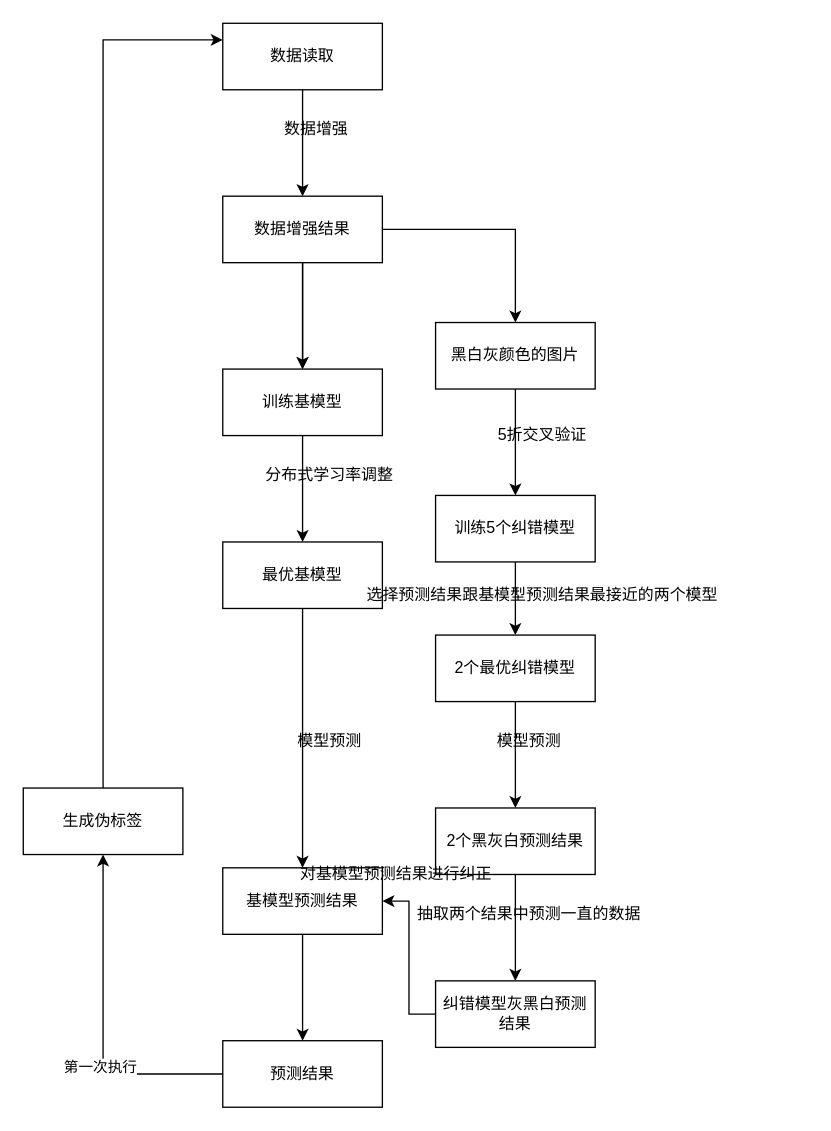
This is 未命名绘图.drawio from jiangyuanyuan1/invention, a draw.io file, before an edit. Source tidied: cells renumbered, new cells numbered last; positions are measured from the earlier drawing's top-left corner, leaving out a move shared by most shapes. Both pictures are drawn from the tidied source at 133%, with x=0, y=0 at pixel (23, 23).
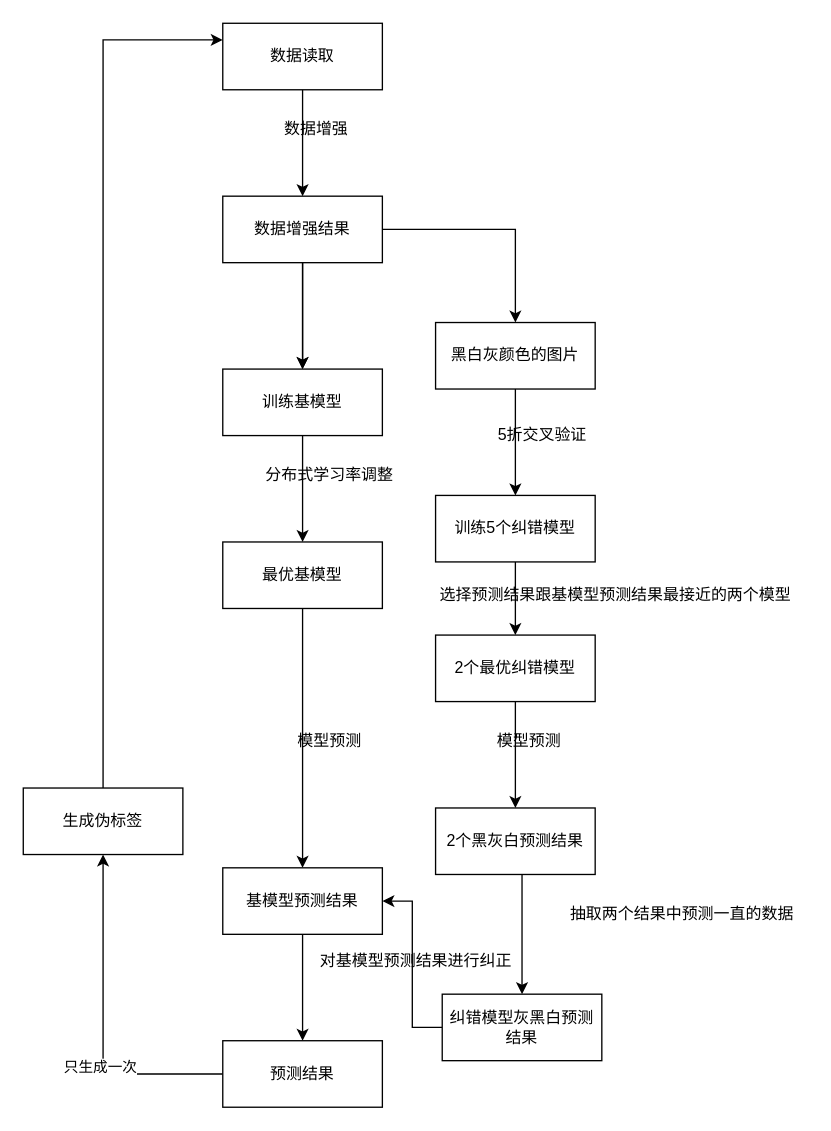
Above is the later version.

The change refers to these unchanged cells:
```xml
<mxCell id="24" value="2个黑灰白预测结果" style="rounded=0;whiteSpace=wrap;html=1;" parent="1" vertex="1">
  <mxGeometry x="310" y="590" width="120" height="50" as="geometry" />
</mxCell>
<mxCell id="31" style="edgeStyle=orthogonalEdgeStyle;rounded=0;jettySize=auto;html=1;" parent="1" edge="1" source="33" target="35">
  <mxGeometry relative="1" as="geometry" />
</mxCell>
```

The edit, as a diff of the source:
```diff
@@
     <mxCell id="20" value="选择预测结果跟基模型预测结果最接近的两个模型" style="text;html=1;align=center;verticalAlign=middle;strokeColor=none;fillColor=none;" parent="1" vertex="1">
-      <mxGeometry x="245" y="415" width="290" height="30" as="geometry" />
+      <mxGeometry x="300" y="415" width="290" height="30" as="geometry" />
     </mxCell>
@@
     <mxCell id="23" style="edgeStyle=orthogonalEdgeStyle;rounded=0;jettySize=auto;html=1;" parent="1" edge="1" source="24" target="26">
-      <mxGeometry relative="1" as="geometry" />
+      <mxGeometry relative="1" as="geometry">
+        <Array as="points">
+          <mxPoint x="375" y="660" />
+          <mxPoint x="375" y="660" />
+        </Array>
+      </mxGeometry>
     </mxCell>
@@
     <mxCell id="26" value="纠错模型灰黑白预测结果" style="rounded=0;whiteSpace=wrap;html=1;" parent="1" vertex="1">
-      <mxGeometry x="310" y="720" width="120" height="50" as="geometry" />
+      <mxGeometry x="315" y="730" width="120" height="50" as="geometry" />
     </mxCell>
@@
     <mxCell id="29" value="抽取两个结果中预测一直的数据" style="text;html=1;align=center;verticalAlign=middle;strokeColor=none;fillColor=none;" parent="1" vertex="1">
-      <mxGeometry x="285" y="655" width="190" height="30" as="geometry" />
+      <mxGeometry x="400" y="655" width="190" height="30" as="geometry" />
     </mxCell>
     <mxCell id="30" value="对基模型预测结果进行纠正" style="text;html=1;align=center;verticalAlign=middle;strokeColor=none;fillColor=none;" parent="1" vertex="1">
-      <mxGeometry x="195" y="625" width="170" height="30" as="geometry" />
+      <mxGeometry x="210" y="690" width="170" height="30" as="geometry" />
     </mxCell>
@@
-    <mxCell id="32" value="第一次执行" style="edgeLabel;html=1;align=center;verticalAlign=middle;" parent="31" vertex="1">
+    <mxCell id="32" value="只生成一次" style="edgeLabel;html=1;align=center;verticalAlign=middle;" parent="31" vertex="1">
       <mxGeometry x="-0.25" y="3" relative="1" as="geometry" />
     </mxCell>
```
